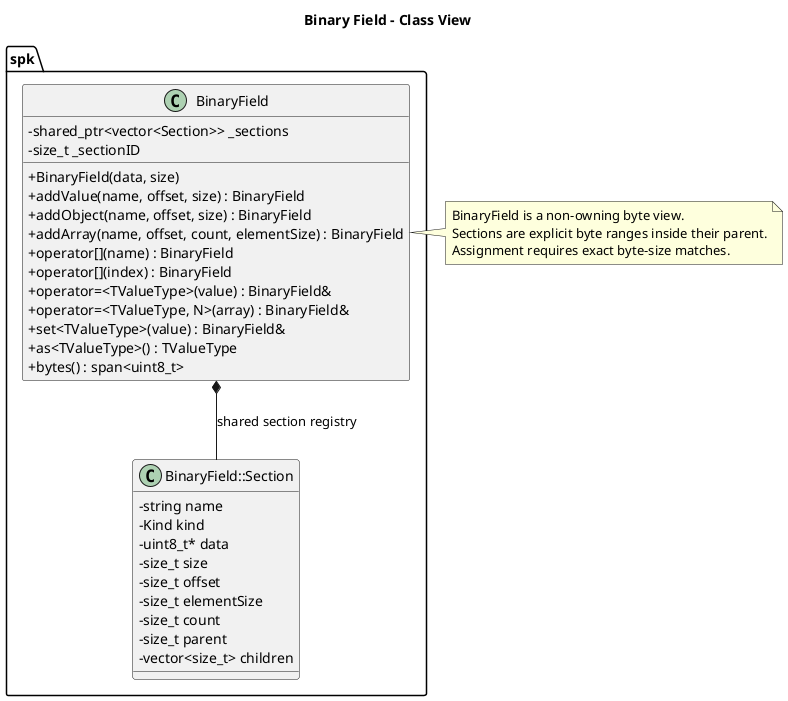
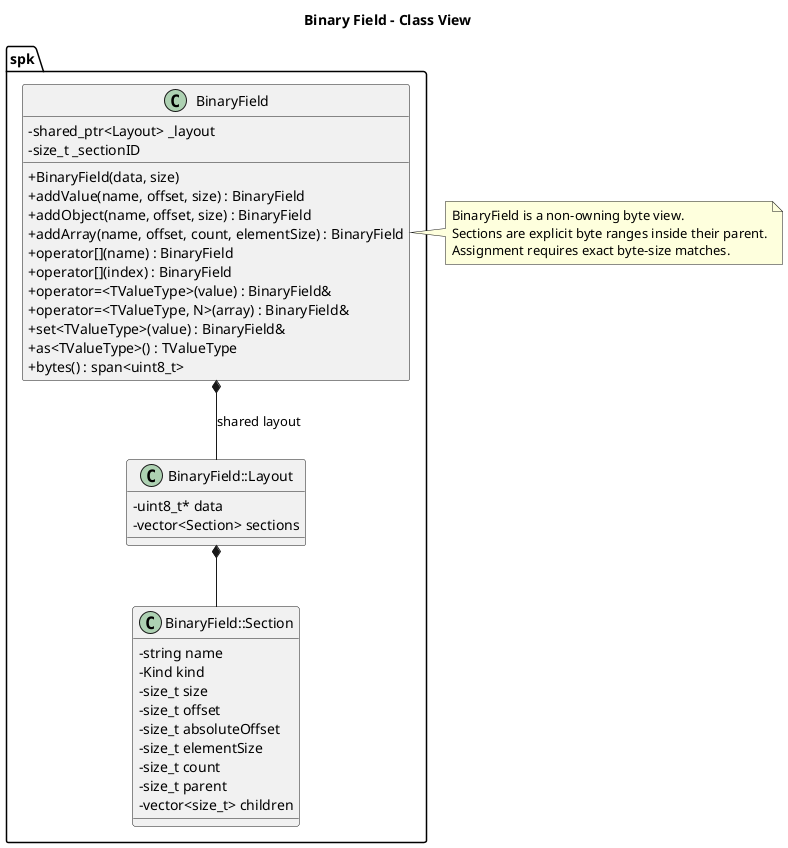
@startuml
title Binary Field - Class View

skinparam classAttributeIconSize 0

namespace spk {
	class BinaryField {
- 		- shared_ptr<vector<Section>> _sections
+ 		- shared_ptr<Layout> _layout
		- size_t _sectionID
		+ BinaryField(data, size)
		+ addValue(name, offset, size) : BinaryField
		+ addObject(name, offset, size) : BinaryField
		+ addArray(name, offset, count, elementSize) : BinaryField
		+ operator[](name) : BinaryField
		+ operator[](index) : BinaryField
		+ operator=<TValueType>(value) : BinaryField&
		+ operator=<TValueType, N>(array) : BinaryField&
		+ set<TValueType>(value) : BinaryField&
		+ as<TValueType>() : TValueType
		+ bytes() : span<uint8_t>
	}

	class "BinaryField::Section" as Section {
		- string name
		- Kind kind
- 		- uint8_t* data
		- size_t size
		- size_t offset
+ 		- size_t absoluteOffset
		- size_t elementSize
		- size_t count
		- size_t parent
		- vector<size_t> children
	}
+ 
+ 	class "BinaryField::Layout" as Layout {
+ 		- uint8_t* data
+ 		- vector<Section> sections
+ 	}
}

- spk.BinaryField *-- Section : shared section registry
+ spk.BinaryField *-- Layout : shared layout
+ Layout *-- Section

note right of spk.BinaryField
BinaryField is a non-owning byte view.
Sections are explicit byte ranges inside their parent.
Assignment requires exact byte-size matches.
end note

@enduml
